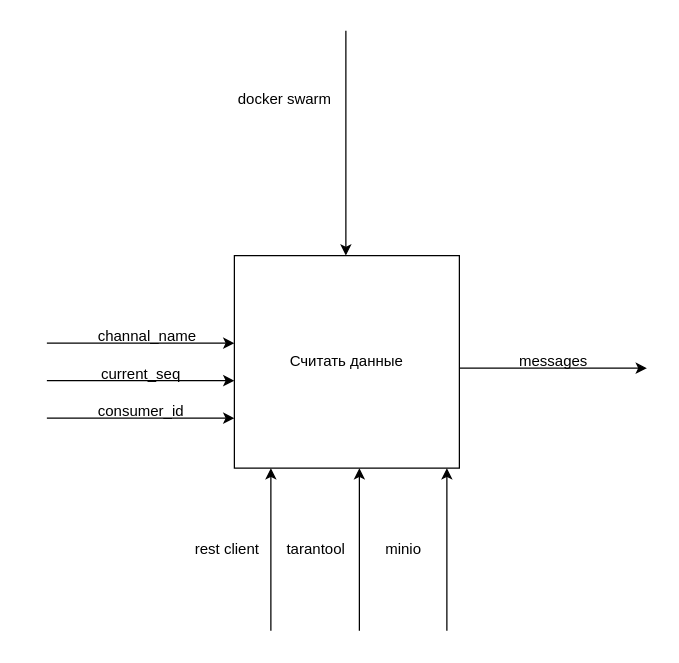
Before: page "outgoing_A0" (3 of 5) of MiniToolStream_idef0.drawio in moroshma/MiniToolStream, a draw.io diagram. Source tidied: cells renumbered, new cells numbered last; positions are measured from the earlier drawing's top-left corner, leaving out a move shared by most shapes. Both pictures are drawn from the tidied source at 125%, with x=0, y=0 at pixel (46, 30).
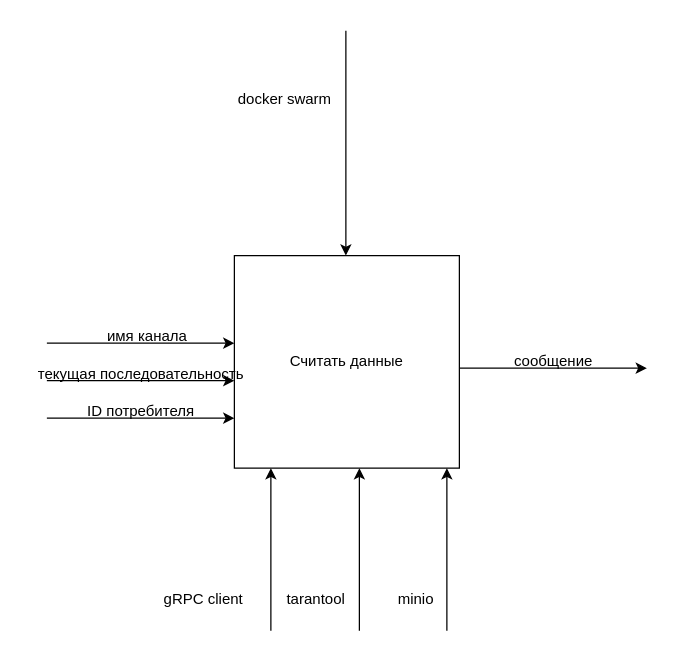
The same diagram, later.

Change to the diagram source:
```diff
@@
-    <mxCell id="7" value="consumer_id" style="text;html=1;align=center;verticalAlign=middle;strokeColor=none;fillColor=none;" parent="1" vertex="1">
-      <mxGeometry x="30" y="290" width="90" height="30" as="geometry" />
+    <mxCell id="7" value="ID потребителя" style="text;html=1;align=center;verticalAlign=middle;strokeColor=none;fillColor=none;" parent="1" vertex="1">
+      <mxGeometry x="20" y="290" width="110" height="30" as="geometry" />
     </mxCell>
-    <mxCell id="8" value="current_seq" style="text;html=1;align=center;verticalAlign=middle;strokeColor=none;fillColor=none;" parent="1" vertex="1">
-      <mxGeometry x="30" y="260" width="90" height="30" as="geometry" />
+    <mxCell id="8" value="текущая последовательность" style="text;html=1;align=center;verticalAlign=middle;strokeColor=none;fillColor=none;" parent="1" vertex="1">
+      <mxGeometry x="-20" y="260" width="190" height="30" as="geometry" />
     </mxCell>
@@
-    <mxCell id="10" value="channal_name" style="text;html=1;align=center;verticalAlign=middle;strokeColor=none;fillColor=none;" parent="1" vertex="1">
-      <mxGeometry x="30" y="230" width="100" height="30" as="geometry" />
+    <mxCell id="10" value="имя канала" style="text;html=1;align=center;verticalAlign=middle;strokeColor=none;fillColor=none;" parent="1" vertex="1">
+      <mxGeometry x="35" y="230" width="90" height="30" as="geometry" />
     </mxCell>
@@
-    <mxCell id="12" value="messages" style="text;html=1;align=center;verticalAlign=middle;strokeColor=none;fillColor=none;" parent="1" vertex="1">
-      <mxGeometry x="365" y="250" width="80" height="30" as="geometry" />
+    <mxCell id="12" value="сообщение" style="text;html=1;align=center;verticalAlign=middle;strokeColor=none;fillColor=none;" parent="1" vertex="1">
+      <mxGeometry x="360" y="250" width="90" height="30" as="geometry" />
     </mxCell>
-    <mxCell id="13" value="rest client" style="text;html=1;align=center;verticalAlign=middle;strokeColor=none;fillColor=none;" parent="1" vertex="1">
-      <mxGeometry x="109.2" y="400" width="70" height="30" as="geometry" />
+    <mxCell id="13" value="gRPC client" style="text;html=1;align=center;verticalAlign=middle;strokeColor=none;fillColor=none;" parent="1" vertex="1">
+      <mxGeometry x="80" y="440" width="90" height="30" as="geometry" />
     </mxCell>
@@
     <mxCell id="16" value="tarantool" style="text;html=1;align=center;verticalAlign=middle;strokeColor=none;fillColor=none;" parent="1" vertex="1">
-      <mxGeometry x="180" y="400" width="70" height="30" as="geometry" />
+      <mxGeometry x="180" y="440" width="70" height="30" as="geometry" />
     </mxCell>
@@
     <mxCell id="18" value="minio" style="text;html=1;align=center;verticalAlign=middle;strokeColor=none;fillColor=none;" parent="1" vertex="1">
-      <mxGeometry x="260" y="400" width="50" height="30" as="geometry" />
+      <mxGeometry x="270" y="440" width="50" height="30" as="geometry" />
     </mxCell>
```
